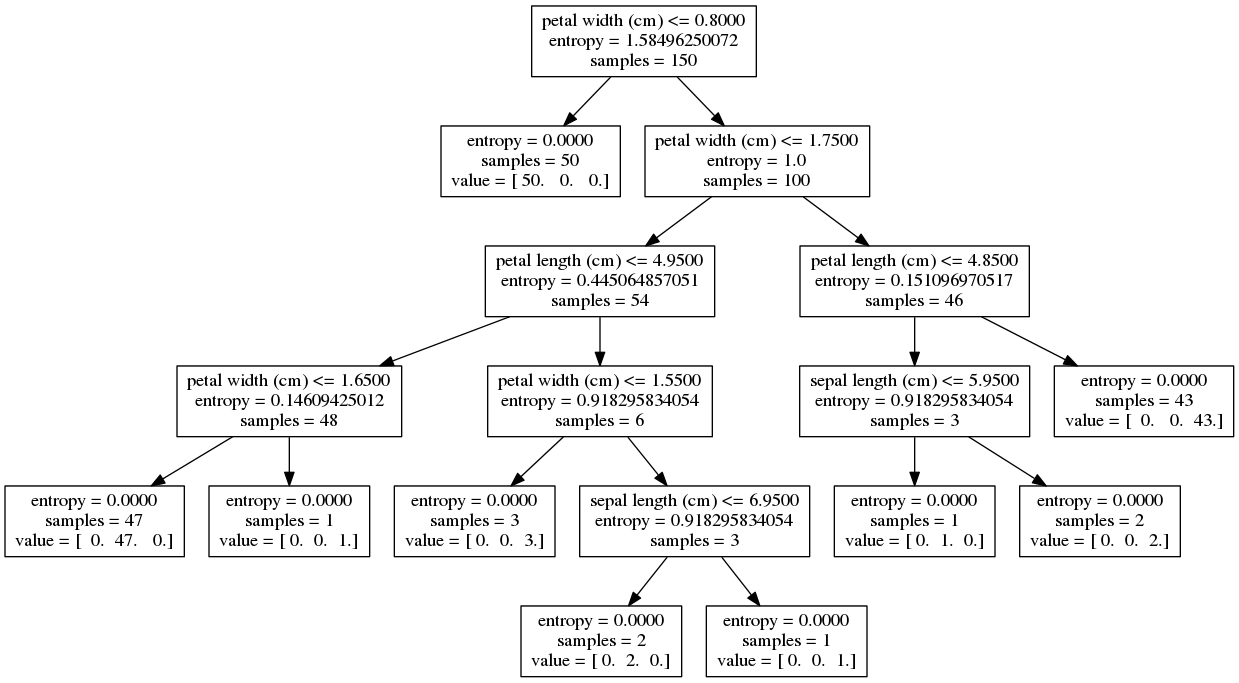
Above: 2014_10_15_DecisionTreeWorkshop/tree_full.png in TheGrimmScientist/SlidesFromTalks (Graphviz), before the change. Its source is kept beside it as 2014_10_15_DecisionTreeWorkshop/tree_full.dot. The source it was exported from:
```dot
digraph Tree {
0 [label="petal width (cm) <= 0.8000\nentropy = 1.58496250072\nsamples = 150", shape="box"] ;
1 [label="entropy = 0.0000\nsamples = 50\nvalue = [ 50.   0.   0.]", shape="box"] ;
0 -> 1 ;
2 [label="petal width (cm) <= 1.7500\nentropy = 1.0\nsamples = 100", shape="box"] ;
0 -> 2 ;
3 [label="petal length (cm) <= 4.9500\nentropy = 0.445064857051\nsamples = 54", shape="box"] ;
2 -> 3 ;
4 [label="petal width (cm) <= 1.6500\nentropy = 0.14609425012\nsamples = 48", shape="box"] ;
3 -> 4 ;
5 [label="entropy = 0.0000\nsamples = 47\nvalue = [  0.  47.   0.]", shape="box"] ;
4 -> 5 ;
6 [label="entropy = 0.0000\nsamples = 1\nvalue = [ 0.  0.  1.]", shape="box"] ;
4 -> 6 ;
7 [label="petal width (cm) <= 1.5500\nentropy = 0.918295834054\nsamples = 6", shape="box"] ;
3 -> 7 ;
8 [label="entropy = 0.0000\nsamples = 3\nvalue = [ 0.  0.  3.]", shape="box"] ;
7 -> 8 ;
9 [label="sepal length (cm) <= 6.9500\nentropy = 0.918295834054\nsamples = 3", shape="box"] ;
7 -> 9 ;
10 [label="entropy = 0.0000\nsamples = 2\nvalue = [ 0.  2.  0.]", shape="box"] ;
9 -> 10 ;
11 [label="entropy = 0.0000\nsamples = 1\nvalue = [ 0.  0.  1.]", shape="box"] ;
9 -> 11 ;
12 [label="petal length (cm) <= 4.8500\nentropy = 0.151096970517\nsamples = 46", shape="box"] ;
2 -> 12 ;
13 [label="sepal length (cm) <= 5.9500\nentropy = 0.918295834054\nsamples = 3", shape="box"] ;
12 -> 13 ;
14 [label="entropy = 0.0000\nsamples = 1\nvalue = [ 0.  1.  0.]", shape="box"] ;
13 -> 14 ;
15 [label="entropy = 0.0000\nsamples = 2\nvalue = [ 0.  0.  2.]", shape="box"] ;
13 -> 15 ;
16 [label="entropy = 0.0000\nsamples = 43\nvalue = [  0.   0.  43.]", shape="box"] ;
12 -> 16 ;
}
```
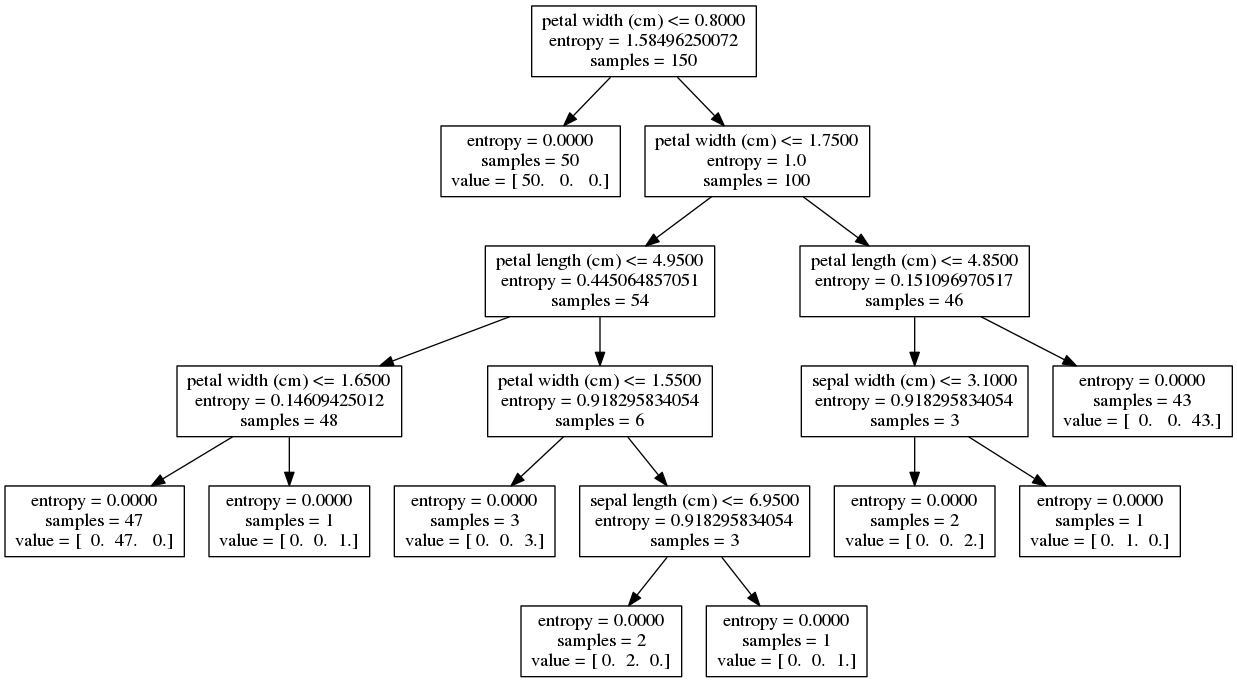
The same file after the commit.

The edit, as a diff of the source:
```diff
@@ -24,11 +24,11 @@
 9 -> 11 ;
 12 [label="petal length (cm) <= 4.8500\nentropy = 0.151096970517\nsamples = 46", shape="box"] ;
 2 -> 12 ;
-13 [label="sepal length (cm) <= 5.9500\nentropy = 0.918295834054\nsamples = 3", shape="box"] ;
+13 [label="sepal width (cm) <= 3.1000\nentropy = 0.918295834054\nsamples = 3", shape="box"] ;
 12 -> 13 ;
-14 [label="entropy = 0.0000\nsamples = 1\nvalue = [ 0.  1.  0.]", shape="box"] ;
+14 [label="entropy = 0.0000\nsamples = 2\nvalue = [ 0.  0.  2.]", shape="box"] ;
 13 -> 14 ;
-15 [label="entropy = 0.0000\nsamples = 2\nvalue = [ 0.  0.  2.]", shape="box"] ;
+15 [label="entropy = 0.0000\nsamples = 1\nvalue = [ 0.  1.  0.]", shape="box"] ;
 13 -> 15 ;
 16 [label="entropy = 0.0000\nsamples = 43\nvalue = [  0.   0.  43.]", shape="box"] ;
 12 -> 16 ;
```
